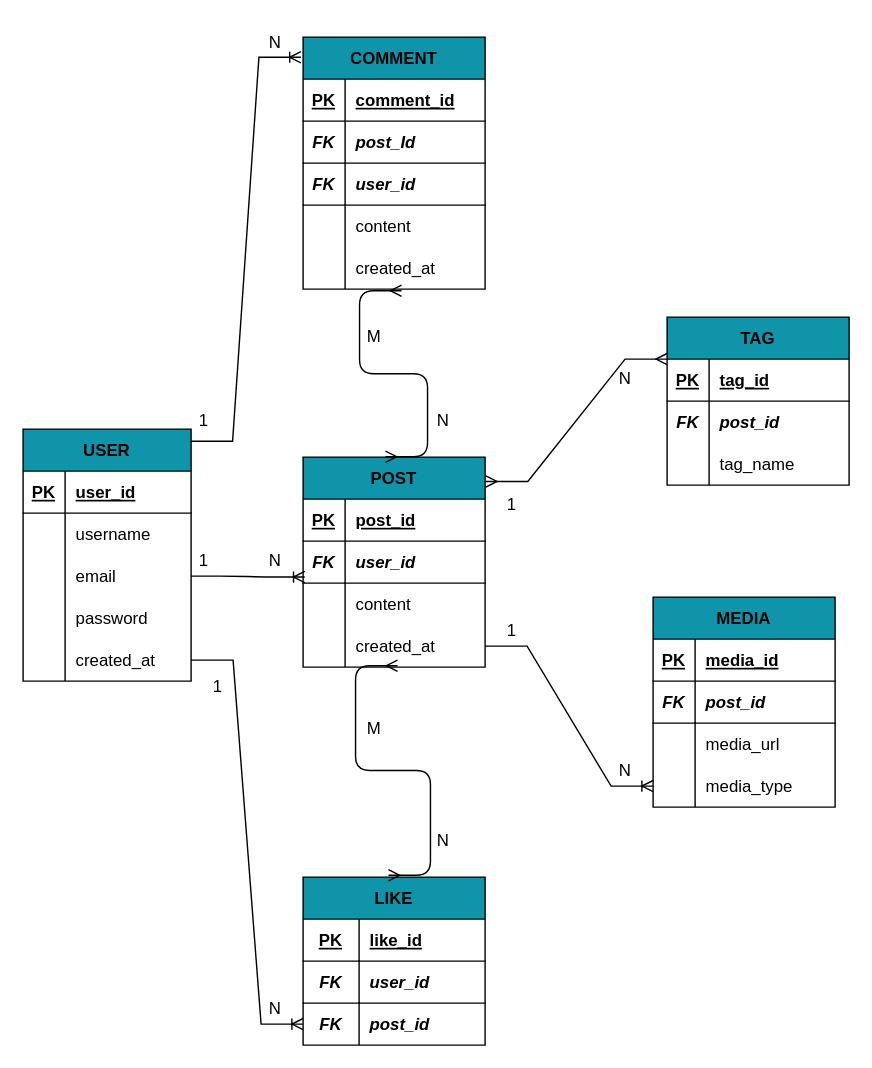
Above: schemadb.drawio in AlessiaParlato97/social-platform (draw.io), before the change. Source tidied: cells renumbered, new cells numbered last; positions are measured from the earlier drawing's top-left corner, leaving out a move shared by most shapes. Both pictures are drawn from the tidied source at 140%, with x=0, y=0 at pixel (22, 22).
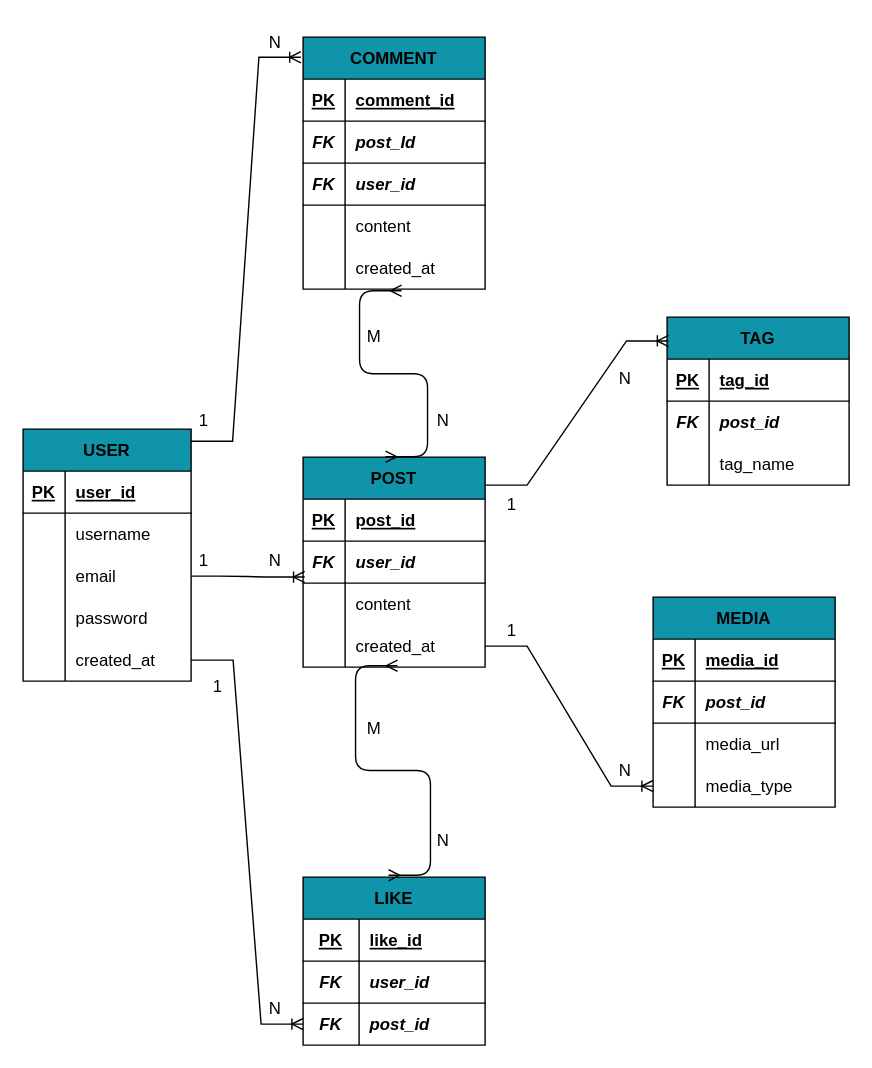
Above is the later version.

Commit message:
modifica diagramma relazione nm/1m

Unchanged cells that the change refers to:
```xml
<mxCell id="60" value="POST" style="shape=table;startSize=30;childLayout=tableLayout;rowLines=0;fontStyle=1;align=center;fontSize=12;fillColor=#0F94A9;" parent="1" vertex="1">
  <mxGeometry x="200" y="310" width="130" height="150" as="geometry" />
</mxCell>
<mxCell id="74" value="TAG" style="shape=table;startSize=30;childLayout=tableLayout;rowLines=0;fontStyle=1;align=center;fontSize=12;fillColor=#0F94A9;" parent="1" vertex="1">
  <mxGeometry x="460" y="210" width="130" height="120" as="geometry" />
</mxCell>
```

The edit, as a diff of the source:
```diff
@@
-    <mxCell id="98" style="edgeStyle=entityRelationEdgeStyle;fontSize=12;html=1;endArrow=ERmany;startArrow=ERmany;rounded=0;strokeColor=default;exitX=1.004;exitY=0.116;exitDx=0;exitDy=0;exitPerimeter=0;" parent="1" edge="1" source="60">
-      <mxGeometry relative="1" as="geometry">
-        <mxPoint x="460" y="240" as="targetPoint" />
-      </mxGeometry>
-    </mxCell>
@@
+    <mxCell id="101" style="edgeStyle=entityRelationEdgeStyle;fontSize=12;html=1;endArrow=ERoneToMany;entryX=0.008;entryY=0.142;entryDx=0;entryDy=0;entryPerimeter=0;rounded=0;" parent="1" edge="1" target="74">
+      <mxGeometry relative="1" as="geometry">
+        <mxPoint x="330" y="330" as="sourcePoint" />
+      </mxGeometry>
+    </mxCell>
```
